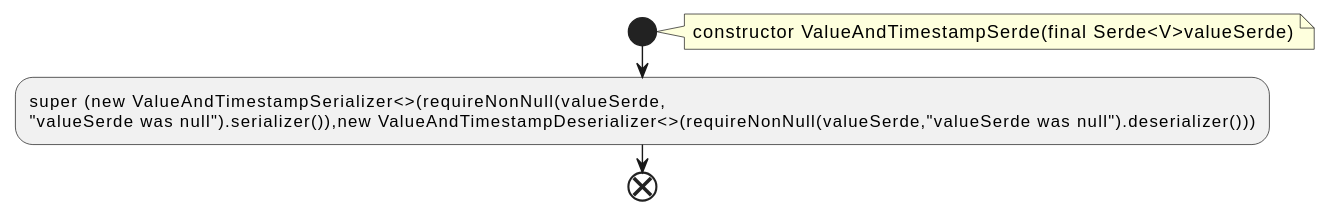
Above: docs/qc/streams/src/main/java/org/apache/kafka/streams/state/internals/ValueAndTimestampSerde.java.fct.svg in qualitesys/kafka (PlantUML), before the change. The source it was exported from:
```plantuml
@startuml
!pragma layout smetana
start
note right
constructor ValueAndTimestampSerde(final Serde<V>valueSerde)
end note
:super (new ValueAndTimestampSerializer<>(requireNonNull(valueSerde,
"valueSerde was null").serializer()),new ValueAndTimestampDeserializer<>(requireNonNull(valueSerde,"valueSerde was null").deserializer()));
end
@enduml
```
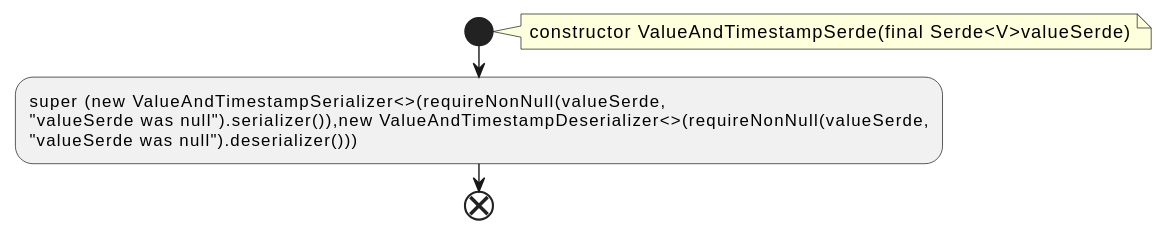
The same file after the commit.

Diff of the diagram source:
```diff
@@ -5,6 +5,7 @@
 constructor ValueAndTimestampSerde(final Serde<V>valueSerde)
 end note
 :super (new ValueAndTimestampSerializer<>(requireNonNull(valueSerde,
-"valueSerde was null").serializer()),new ValueAndTimestampDeserializer<>(requireNonNull(valueSerde,"valueSerde was null").deserializer()));
+"valueSerde was null").serializer()),new ValueAndTimestampDeserializer<>(requireNonNull(valueSerde,
+"valueSerde was null").deserializer()));
 end
 @enduml
```
